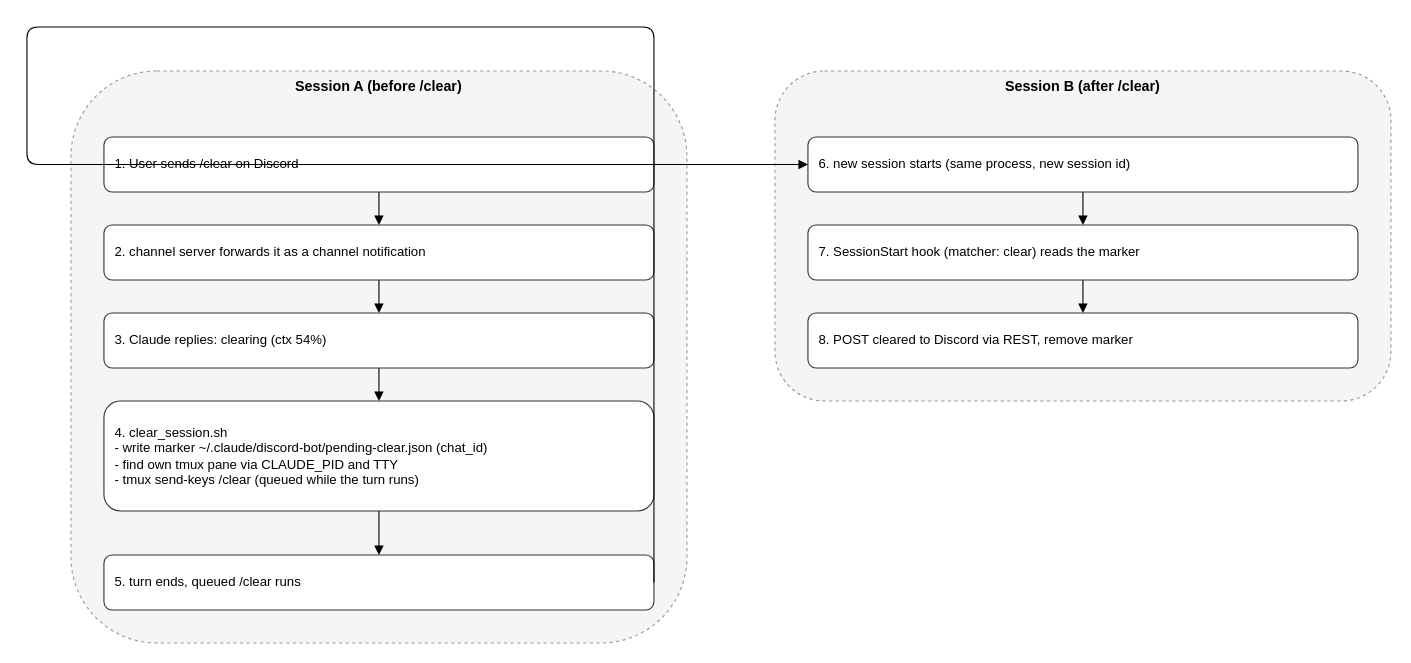
Before: docs/diagrams/clear-flow.drawio in ryuki-imachi/claude-code-discord-bot, a draw.io diagram. Source tidied: cells renumbered, new cells numbered last; positions are measured from the earlier drawing's top-left corner, leaving out a move shared by most shapes. Both pictures are drawn from the tidied source at 110%, with x=0, y=0 at pixel (26, 26).
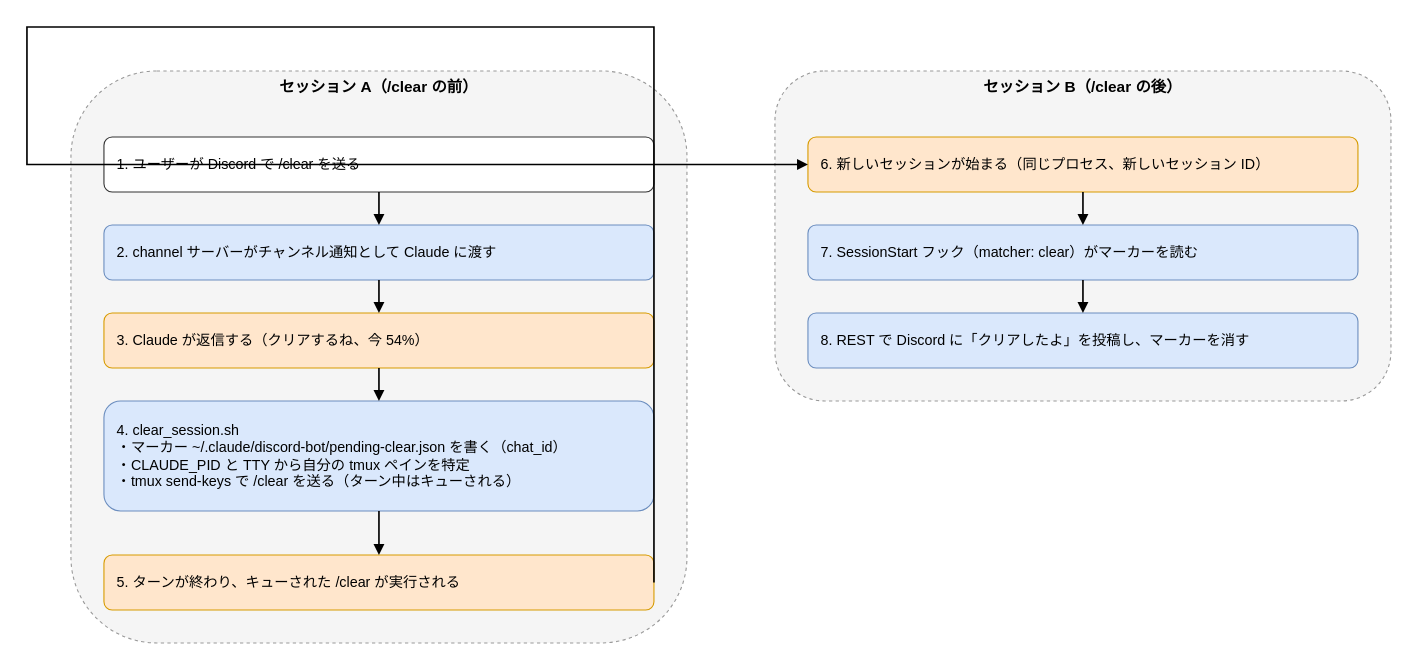
The same page after the edit.

Diff of the diagram source:
```diff
@@
-    <mxCell id="2" value="Session A (before /clear)" style="rounded=1;whiteSpace=wrap;html=1;fillColor=#F5F5F5;strokeColor=#999999;dashed=1;verticalAlign=top;fontStyle=1;fontSize=13;" parent="1" vertex="1">
+    <mxCell id="2" value="セッション A（/clear の前）" style="rounded=1;whiteSpace=wrap;html=1;fillColor=#F5F5F5;strokeColor=#999999;dashed=1;verticalAlign=top;fontStyle=1;fontSize=14;" parent="1" vertex="1">
       <mxGeometry x="40" y="40" width="560" height="520" as="geometry" />
     </mxCell>
-    <mxCell id="3" value="Session B (after /clear)" style="rounded=1;whiteSpace=wrap;html=1;fillColor=#F5F5F5;strokeColor=#999999;dashed=1;verticalAlign=top;fontStyle=1;fontSize=13;" parent="1" vertex="1">
+    <mxCell id="3" value="セッション B（/clear の後）" style="rounded=1;whiteSpace=wrap;html=1;fillColor=#F5F5F5;strokeColor=#999999;dashed=1;verticalAlign=top;fontStyle=1;fontSize=14;" parent="1" vertex="1">
       <mxGeometry x="680" y="40" width="560" height="300" as="geometry" />
     </mxCell>
-    <mxCell id="4" value="1. User sends /clear on Discord" style="rounded=1;whiteSpace=wrap;html=1;fillColor=#FFFFFF;strokeColor=#333333;fontSize=12;align=left;spacingLeft=8;" parent="2" vertex="1">
+    <mxCell id="4" value="1. ユーザーが Discord で /clear を送る" style="rounded=1;whiteSpace=wrap;html=1;fillColor=#FFFFFF;strokeColor=#333333;fontSize=13;align=left;spacingLeft=10;" parent="2" vertex="1">
       <mxGeometry x="30" y="60" width="500" height="50" as="geometry" />
     </mxCell>
-    <mxCell id="5" value="2. channel server forwards it as a channel notification" style="rounded=1;whiteSpace=wrap;html=1;fillColor=#FFFFFF;strokeColor=#333333;fontSize=12;align=left;spacingLeft=8;" parent="2" vertex="1">
+    <mxCell id="5" value="2. channel サーバーがチャンネル通知として Claude に渡す" style="rounded=1;whiteSpace=wrap;html=1;fillColor=#DAE8FC;strokeColor=#6C8EBF;fontSize=13;align=left;spacingLeft=10;" parent="2" vertex="1">
       <mxGeometry x="30" y="140" width="500" height="50" as="geometry" />
     </mxCell>
-    <mxCell id="6" value="3. Claude replies: clearing (ctx 54%)" style="rounded=1;whiteSpace=wrap;html=1;fillColor=#FFFFFF;strokeColor=#333333;fontSize=12;align=left;spacingLeft=8;" parent="2" vertex="1">
+    <mxCell id="6" value="3. Claude が返信する（クリアするね、今 54%）" style="rounded=1;whiteSpace=wrap;html=1;fillColor=#FFE6CC;strokeColor=#D79B00;fontSize=13;align=left;spacingLeft=10;" parent="2" vertex="1">
       <mxGeometry x="30" y="220" width="500" height="50" as="geometry" />
     </mxCell>
-    <mxCell id="7" value="4. clear_session.sh&lt;br&gt;- write marker ~/.claude/discord-bot/pending-clear.json (chat_id)&lt;br&gt;- find own tmux pane via CLAUDE_PID and TTY&lt;br&gt;- tmux send-keys /clear (queued while the turn runs)" style="rounded=1;whiteSpace=wrap;html=1;fillColor=#FFFFFF;strokeColor=#333333;fontSize=12;align=left;spacingLeft=8;" parent="2" vertex="1">
+    <mxCell id="7" value="4. clear_session.sh&lt;br&gt;・マーカー ~/.claude/discord-bot/pending-clear.json を書く（chat_id）&lt;br&gt;・CLAUDE_PID と TTY から自分の tmux ペインを特定&lt;br&gt;・tmux send-keys で /clear を送る（ターン中はキューされる）" style="rounded=1;whiteSpace=wrap;html=1;fillColor=#DAE8FC;strokeColor=#6C8EBF;fontSize=13;align=left;spacingLeft=10;" parent="2" vertex="1">
       <mxGeometry x="30" y="300" width="500" height="100" as="geometry" />
     </mxCell>
-    <mxCell id="8" value="5. turn ends, queued /clear runs" style="rounded=1;whiteSpace=wrap;html=1;fillColor=#FFFFFF;strokeColor=#333333;fontSize=12;align=left;spacingLeft=8;" parent="2" vertex="1">
+    <mxCell id="8" value="5. ターンが終わり、キューされた /clear が実行される" style="rounded=1;whiteSpace=wrap;html=1;fillColor=#FFE6CC;strokeColor=#D79B00;fontSize=13;align=left;spacingLeft=10;" parent="2" vertex="1">
       <mxGeometry x="30" y="440" width="500" height="50" as="geometry" />
     </mxCell>
-    <mxCell id="9" value="6. new session starts (same process, new session id)" style="rounded=1;whiteSpace=wrap;html=1;fillColor=#FFFFFF;strokeColor=#333333;fontSize=12;align=left;spacingLeft=8;" parent="3" vertex="1">
+    <mxCell id="9" value="6. 新しいセッションが始まる（同じプロセス、新しいセッション ID）" style="rounded=1;whiteSpace=wrap;html=1;fillColor=#FFE6CC;strokeColor=#D79B00;fontSize=13;align=left;spacingLeft=10;" parent="3" vertex="1">
       <mxGeometry x="30" y="60" width="500" height="50" as="geometry" />
     </mxCell>
-    <mxCell id="10" value="7. SessionStart hook (matcher: clear) reads the marker" style="rounded=1;whiteSpace=wrap;html=1;fillColor=#FFFFFF;strokeColor=#333333;fontSize=12;align=left;spacingLeft=8;" parent="3" vertex="1">
+    <mxCell id="10" value="7. SessionStart フック（matcher: clear）がマーカーを読む" style="rounded=1;whiteSpace=wrap;html=1;fillColor=#DAE8FC;strokeColor=#6C8EBF;fontSize=13;align=left;spacingLeft=10;" parent="3" vertex="1">
       <mxGeometry x="30" y="140" width="500" height="50" as="geometry" />
     </mxCell>
-    <mxCell id="11" value="8. POST cleared to Discord via REST, remove marker" style="rounded=1;whiteSpace=wrap;html=1;fillColor=#FFFFFF;strokeColor=#333333;fontSize=12;align=left;spacingLeft=8;" parent="3" vertex="1">
+    <mxCell id="11" value="8. REST で Discord に「クリアしたよ」を投稿し、マーカーを消す" style="rounded=1;whiteSpace=wrap;html=1;fillColor=#DAE8FC;strokeColor=#6C8EBF;fontSize=13;align=left;spacingLeft=10;" parent="3" vertex="1">
       <mxGeometry x="30" y="220" width="500" height="50" as="geometry" />
     </mxCell>
-    <mxCell id="12" style="edgeStyle=orthogonalEdgeStyle;rounded=1;html=1;fontSize=11;endArrow=block;endFill=1;" parent="1" edge="1" source="4" target="5">
+    <mxCell id="12" style="edgeStyle=orthogonalEdgeStyle;rounded=0;html=1;fontSize=12;endArrow=block;endFill=1;strokeWidth=1.5;" parent="1" edge="1" source="4" target="5">
       <mxGeometry relative="1" as="geometry" />
     </mxCell>
-    <mxCell id="13" style="edgeStyle=orthogonalEdgeStyle;rounded=1;html=1;fontSize=11;endArrow=block;endFill=1;" parent="1" edge="1" source="5" target="6">
+    <mxCell id="13" style="edgeStyle=orthogonalEdgeStyle;rounded=0;html=1;fontSize=12;endArrow=block;endFill=1;strokeWidth=1.5;" parent="1" edge="1" source="5" target="6">
       <mxGeometry relative="1" as="geometry" />
     </mxCell>
-    <mxCell id="14" style="edgeStyle=orthogonalEdgeStyle;rounded=1;html=1;fontSize=11;endArrow=block;endFill=1;" parent="1" edge="1" source="6" target="7">
+    <mxCell id="14" style="edgeStyle=orthogonalEdgeStyle;rounded=0;html=1;fontSize=12;endArrow=block;endFill=1;strokeWidth=1.5;" parent="1" edge="1" source="6" target="7">
       <mxGeometry relative="1" as="geometry" />
     </mxCell>
-    <mxCell id="15" style="edgeStyle=orthogonalEdgeStyle;rounded=1;html=1;fontSize=11;endArrow=block;endFill=1;" parent="1" edge="1" source="7" target="8">
+    <mxCell id="15" style="edgeStyle=orthogonalEdgeStyle;rounded=0;html=1;fontSize=12;endArrow=block;endFill=1;strokeWidth=1.5;" parent="1" edge="1" source="7" target="8">
       <mxGeometry relative="1" as="geometry" />
     </mxCell>
-    <mxCell id="16" style="edgeStyle=orthogonalEdgeStyle;rounded=1;html=1;fontSize=11;endArrow=block;endFill=1;exitX=1;exitY=0.5;entryX=0;entryY=0.5;" parent="1" edge="1" source="8" target="9">
+    <mxCell id="16" style="edgeStyle=orthogonalEdgeStyle;rounded=0;html=1;fontSize=12;endArrow=block;endFill=1;strokeWidth=1.5;exitX=1;exitY=0.5;entryX=0;entryY=0.5;" parent="1" edge="1" source="8" target="9">
       <mxGeometry relative="1" as="geometry">
         <Array as="points">
           <mxPoint />
         </Array>
       </mxGeometry>
     </mxCell>
-    <mxCell id="17" style="edgeStyle=orthogonalEdgeStyle;rounded=1;html=1;fontSize=11;endArrow=block;endFill=1;" parent="1" edge="1" source="9" target="10">
+    <mxCell id="17" style="edgeStyle=orthogonalEdgeStyle;rounded=0;html=1;fontSize=12;endArrow=block;endFill=1;strokeWidth=1.5;" parent="1" edge="1" source="9" target="10">
       <mxGeometry relative="1" as="geometry" />
     </mxCell>
-    <mxCell id="18" style="edgeStyle=orthogonalEdgeStyle;rounded=1;html=1;fontSize=11;endArrow=block;endFill=1;" parent="1" edge="1" source="10" target="11">
+    <mxCell id="18" style="edgeStyle=orthogonalEdgeStyle;rounded=0;html=1;fontSize=12;endArrow=block;endFill=1;strokeWidth=1.5;" parent="1" edge="1" source="10" target="11">
       <mxGeometry relative="1" as="geometry" />
     </mxCell>
```
